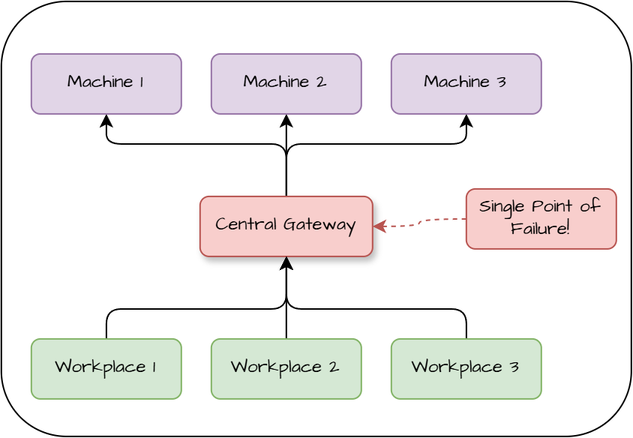
This is assets/gateway-spof.png from mihailmarkevich/Industrial-Protocol-Integration-System, a draw.io export, as it was before one commit. Source tidied: cells renumbered, new cells last; positions are measured from the earlier drawing's top-left corner, leaving out a move shared by most shapes.
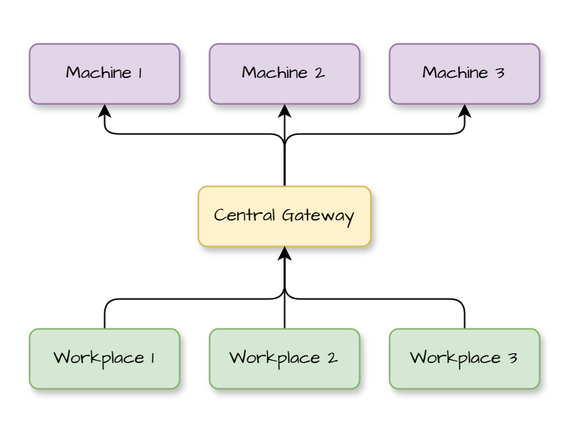
After the change.

Diff of the diagram source:
```diff
@@ -2,8 +2,8 @@
   <root>
     <mxCell id="0" />
     <mxCell id="1" parent="0" />
-    <mxCell id="2" style="rounded=1;whiteSpace=wrap;html=1;textShadow=0;shadow=0;glass=0;" parent="1" vertex="1">
-      <mxGeometry width="420" height="290" as="geometry" />
+    <mxCell id="2" style="rounded=0;whiteSpace=wrap;html=1;textShadow=0;shadow=0;glass=0;strokeColor=none;" parent="1" vertex="1">
+      <mxGeometry y="5" width="380" height="290" as="geometry" />
     </mxCell>
     <mxCell id="3" style="edgeStyle=orthogonalEdgeStyle;rounded=1;jettySize=auto;html=1;entryX=0.5;entryY=1;entryDx=0;entryDy=0;" parent="1" edge="1" source="6" target="13">
       <mxGeometry relative="1" as="geometry">
@@ -24,7 +24,7 @@
         </Array>
       </mxGeometry>
     </mxCell>
-    <mxCell id="6" value="Central Gateway" style="rounded=1;whiteSpace=wrap;html=1;hachureGap=4;fontFamily=Architects Daughter;fontSource=https://fonts.googleapis.com/css?family=Architects+Daughter;labelBackgroundColor=none;fillColor=#f8cecc;strokeColor=#b85450;shadow=1;" parent="1" vertex="1">
+    <mxCell id="6" value="Central Gateway" style="rounded=1;whiteSpace=wrap;html=1;hachureGap=4;fontFamily=Architects Daughter;fontSource=https://fonts.googleapis.com/css?family=Architects+Daughter;labelBackgroundColor=none;fillColor=#fff2cc;strokeColor=#d6b656;shadow=1;" parent="1" vertex="1">
       <mxGeometry x="132.5" y="130" width="115" height="40" as="geometry" />
     </mxCell>
     <mxCell id="7" style="edgeStyle=orthogonalEdgeStyle;rounded=1;jettySize=auto;html=1;entryX=0.5;entryY=1;entryDx=0;entryDy=0;" parent="1" edge="1" source="8" target="6">
@@ -35,13 +35,13 @@
         </Array>
       </mxGeometry>
     </mxCell>
-    <mxCell id="8" value="Workplace 1" style="rounded=1;whiteSpace=wrap;html=1;hachureGap=4;fontFamily=Architects Daughter;fontSource=https://fonts.googleapis.com/css?family=Architects+Daughter;labelBackgroundColor=none;fillColor=#d5e8d4;strokeColor=#82b366;" parent="1" vertex="1">
+    <mxCell id="8" value="Workplace 1" style="rounded=1;whiteSpace=wrap;html=1;hachureGap=4;fontFamily=Architects Daughter;fontSource=https://fonts.googleapis.com/css?family=Architects+Daughter;labelBackgroundColor=none;fillColor=#d5e8d4;strokeColor=#82b366;shadow=1;" parent="1" vertex="1">
       <mxGeometry x="20" y="225" width="100" height="40" as="geometry" />
     </mxCell>
     <mxCell id="9" style="edgeStyle=orthogonalEdgeStyle;rounded=1;jettySize=auto;html=1;" parent="1" edge="1" source="10" target="6">
       <mxGeometry relative="1" as="geometry" />
     </mxCell>
-    <mxCell id="10" value="Workplace 2" style="rounded=1;whiteSpace=wrap;html=1;hachureGap=4;fontFamily=Architects Daughter;fontSource=https://fonts.googleapis.com/css?family=Architects+Daughter;labelBackgroundColor=none;fillColor=#d5e8d4;strokeColor=#82b366;" parent="1" vertex="1">
+    <mxCell id="10" value="Workplace 2" style="rounded=1;whiteSpace=wrap;html=1;hachureGap=4;fontFamily=Architects Daughter;fontSource=https://fonts.googleapis.com/css?family=Architects+Daughter;labelBackgroundColor=none;fillColor=#d5e8d4;strokeColor=#82b366;shadow=1;" parent="1" vertex="1">
       <mxGeometry x="140" y="225" width="100" height="40" as="geometry" />
     </mxCell>
     <mxCell id="11" style="edgeStyle=orthogonalEdgeStyle;rounded=1;jettySize=auto;html=1;entryX=0.5;entryY=1;entryDx=0;entryDy=0;" parent="1" edge="1" source="12" target="6">
@@ -52,23 +52,17 @@
         </Array>
       </mxGeometry>
     </mxCell>
-    <mxCell id="12" value="Workplace 3" style="rounded=1;whiteSpace=wrap;html=1;hachureGap=4;fontFamily=Architects Daughter;fontSource=https://fonts.googleapis.com/css?family=Architects+Daughter;labelBackgroundColor=none;fillColor=#d5e8d4;strokeColor=#82b366;" parent="1" vertex="1">
+    <mxCell id="12" value="Workplace 3" style="rounded=1;whiteSpace=wrap;html=1;hachureGap=4;fontFamily=Architects Daughter;fontSource=https://fonts.googleapis.com/css?family=Architects+Daughter;labelBackgroundColor=none;fillColor=#d5e8d4;strokeColor=#82b366;shadow=1;" parent="1" vertex="1">
       <mxGeometry x="260" y="225" width="100" height="40" as="geometry" />
     </mxCell>
-    <mxCell id="13" value="Machine 1" style="rounded=1;whiteSpace=wrap;html=1;hachureGap=4;fontFamily=Architects Daughter;fontSource=https://fonts.googleapis.com/css?family=Architects+Daughter;labelBackgroundColor=none;fillColor=#e1d5e7;strokeColor=#9673a6;" parent="1" vertex="1">
+    <mxCell id="13" value="Machine 1" style="rounded=1;whiteSpace=wrap;html=1;hachureGap=4;fontFamily=Architects Daughter;fontSource=https://fonts.googleapis.com/css?family=Architects+Daughter;labelBackgroundColor=none;fillColor=#e1d5e7;strokeColor=#9673a6;shadow=1;" parent="1" vertex="1">
       <mxGeometry x="20" y="35" width="100" height="40" as="geometry" />
     </mxCell>
-    <mxCell id="14" value="Machine 2" style="rounded=1;whiteSpace=wrap;html=1;hachureGap=4;fontFamily=Architects Daughter;fontSource=https://fonts.googleapis.com/css?family=Architects+Daughter;labelBackgroundColor=none;fillColor=#e1d5e7;strokeColor=#9673a6;" parent="1" vertex="1">
+    <mxCell id="14" value="Machine 2" style="rounded=1;whiteSpace=wrap;html=1;hachureGap=4;fontFamily=Architects Daughter;fontSource=https://fonts.googleapis.com/css?family=Architects+Daughter;labelBackgroundColor=none;fillColor=#e1d5e7;strokeColor=#9673a6;shadow=1;" parent="1" vertex="1">
       <mxGeometry x="140" y="35" width="100" height="40" as="geometry" />
     </mxCell>
-    <mxCell id="15" value="Machine 3" style="rounded=1;whiteSpace=wrap;html=1;hachureGap=4;fontFamily=Architects Daughter;fontSource=https://fonts.googleapis.com/css?family=Architects+Daughter;labelBackgroundColor=none;fillColor=#e1d5e7;strokeColor=#9673a6;" parent="1" vertex="1">
+    <mxCell id="15" value="Machine 3" style="rounded=1;whiteSpace=wrap;html=1;hachureGap=4;fontFamily=Architects Daughter;fontSource=https://fonts.googleapis.com/css?family=Architects+Daughter;labelBackgroundColor=none;fillColor=#e1d5e7;strokeColor=#9673a6;shadow=1;" parent="1" vertex="1">
       <mxGeometry x="260" y="35" width="100" height="40" as="geometry" />
     </mxCell>
-    <mxCell id="16" style="edgeStyle=orthogonalEdgeStyle;rounded=1;jettySize=auto;html=1;entryX=1;entryY=0.5;entryDx=0;entryDy=0;fillColor=#f8cecc;strokeColor=#b85450;dashed=1;curved=1;" parent="1" edge="1" source="17" target="6">
-      <mxGeometry relative="1" as="geometry" />
-    </mxCell>
-    <mxCell id="17" value="Single Point of Failure!" style="text;html=1;whiteSpace=wrap;align=center;verticalAlign=middle;rounded=1;fontFamily=Architects Daughter;fontSource=https://fonts.googleapis.com/css?family=Architects+Daughter;labelBackgroundColor=none;shadow=0;glass=0;fillColor=#f8cecc;strokeColor=#b85450;" parent="1" vertex="1">
-      <mxGeometry x="310" y="125" width="100" height="40" as="geometry" />
-    </mxCell>
   </root>
 </mxGraphModel>
```
